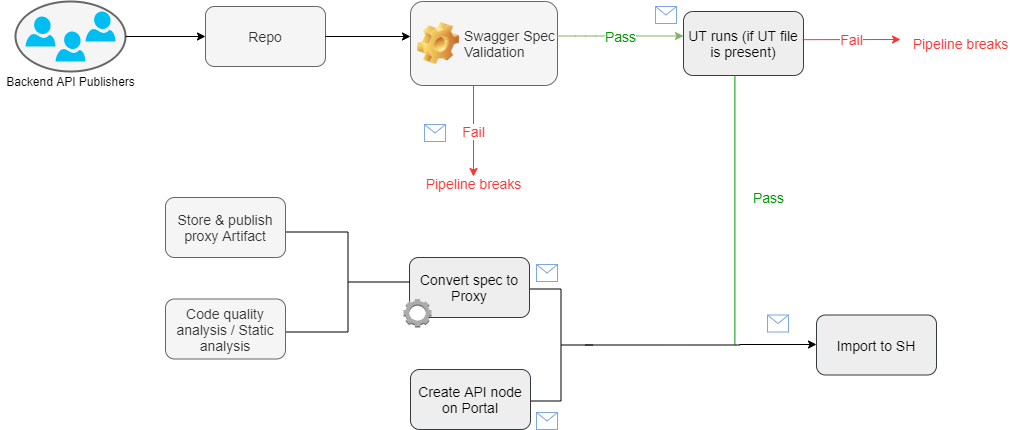
Earlier version of the draw.io export Untitled Diagram.png (joshhnaa/sample). Source tidied: cells renumbered, new cells last; positions are measured from the earlier drawing's top-left corner, leaving out a move shared by most shapes.
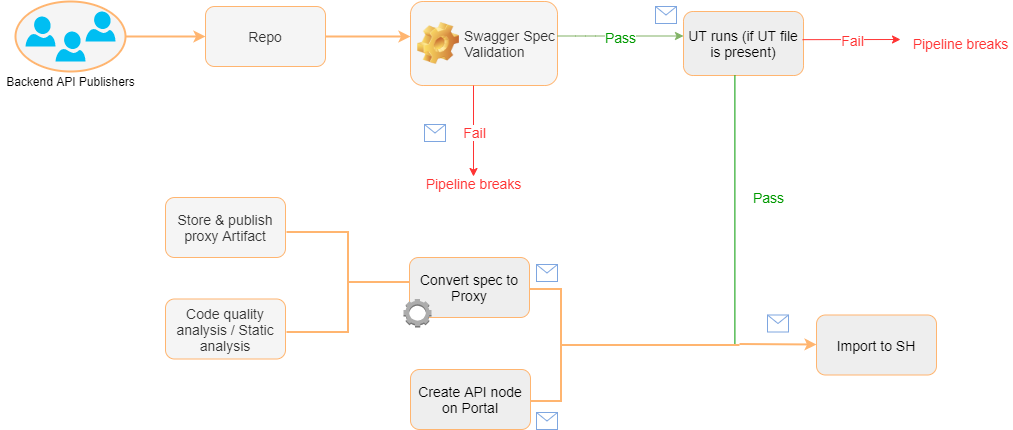
The same file after the commit.

Diff of the diagram source:
```diff
@@ -2,7 +2,7 @@
   <root>
     <mxCell id="0" />
     <mxCell id="1" parent="0" />
-    <mxCell id="2" value="&lt;span style=&quot;color: rgba(0 , 0 , 0 , 0) ; font-family: monospace ; font-size: 0px&quot;&gt;%3CmxGraphModel%3E%3Croot%3E%3CmxCell%20id%3D%220%22%2F%3E%3CmxCell%20id%3D%221%22%20parent%3D%220%22%2F%3E%3CmxCell%20id%3D%222%22%20value%3D%22%22%20style%3D%22verticalLabelPosition%3Dbottom%3Bhtml%3D1%3BverticalAlign%3Dtop%3Balign%3Dcenter%3BstrokeColor%3Dnone%3BfillColor%3D%2300BEF2%3Bshape%3Dmxgraph.azure.user%3B%22%20vertex%3D%221%22%20parent%3D%221%22%3E%3CmxGeometry%20x%3D%22150%22%20y%3D%22250%22%20width%3D%2230%22%20height%3D%2230%22%20as%3D%22geometry%22%2F%3E%3C%2FmxCell%3E%3C%2Froot%3E%3C%2FmxGraphModel%3E&lt;/span&gt;" style="strokeWidth=2;html=1;shape=mxgraph.flowchart.start_1;whiteSpace=wrap;fillColor=#f5f5f5;strokeColor=#666666;fontColor=#333333;" parent="1" vertex="1">
+    <mxCell id="2" value="&lt;span style=&quot;color: rgba(0 , 0 , 0 , 0) ; font-family: monospace ; font-size: 0px&quot;&gt;%3CmxGraphModel%3E%3Croot%3E%3CmxCell%20id%3D%220%22%2F%3E%3CmxCell%20id%3D%221%22%20parent%3D%220%22%2F%3E%3CmxCell%20id%3D%222%22%20value%3D%22%22%20style%3D%22verticalLabelPosition%3Dbottom%3Bhtml%3D1%3BverticalAlign%3Dtop%3Balign%3Dcenter%3BstrokeColor%3Dnone%3BfillColor%3D%2300BEF2%3Bshape%3Dmxgraph.azure.user%3B%22%20vertex%3D%221%22%20parent%3D%221%22%3E%3CmxGeometry%20x%3D%22150%22%20y%3D%22250%22%20width%3D%2230%22%20height%3D%2230%22%20as%3D%22geometry%22%2F%3E%3C%2FmxCell%3E%3C%2Froot%3E%3C%2FmxGraphModel%3E&lt;/span&gt;" style="strokeWidth=2;html=1;shape=mxgraph.flowchart.start_1;whiteSpace=wrap;fillColor=#f5f5f5;fontColor=#333333;strokeColor=#FFB570;" parent="1" vertex="1">
       <mxGeometry x="15" width="110" height="70" as="geometry" />
     </mxCell>
     <mxCell id="3" value="&lt;p style=&quot;margin-top: 0pt ; margin-bottom: 0pt ; margin-left: 0in ; text-align: left ; direction: ltr ; unicode-bidi: embed ; word-break: normal&quot;&gt;&lt;span style=&quot;font-size: 9pt&quot;&gt;Backend API Publishers&lt;/span&gt;&lt;/p&gt;" style="text;html=1;align=center;verticalAlign=middle;" parent="1" vertex="1">
@@ -17,20 +17,20 @@
     <mxCell id="6" style="verticalLabelPosition=bottom;html=1;verticalAlign=top;align=center;strokeColor=none;fillColor=#00BEF2;shape=mxgraph.azure.user;" parent="1" vertex="1">
       <mxGeometry x="85" y="10" width="30" height="30" as="geometry" />
     </mxCell>
-    <mxCell id="7" style="endArrow=classic;html=1;exitX=1;exitY=0.5;exitDx=0;exitDy=0;exitPerimeter=0;" parent="1" edge="1" source="2">
+    <mxCell id="7" style="endArrow=classic;html=1;exitX=1;exitY=0.5;exitDx=0;exitDy=0;exitPerimeter=0;fillColor=#ffcc99;strokeColor=#FFB570;strokeWidth=2;" parent="1" edge="1" source="2">
       <mxGeometry relative="1" as="geometry">
         <mxPoint x="205" y="35" as="targetPoint" />
       </mxGeometry>
     </mxCell>
-    <mxCell id="8" value="&lt;font style=&quot;font-size: 14px&quot;&gt;Repo&lt;/font&gt;" style="rounded=1;whiteSpace=wrap;html=1;fillColor=#f5f5f5;strokeColor=#666666;fontColor=#333333;" parent="1" vertex="1">
+    <mxCell id="8" value="&lt;font style=&quot;font-size: 14px&quot;&gt;Repo&lt;/font&gt;" style="rounded=1;whiteSpace=wrap;html=1;fillColor=#f5f5f5;fontColor=#333333;strokeColor=#FFB570;" parent="1" vertex="1">
       <mxGeometry x="205" y="5" width="120" height="60" as="geometry" />
     </mxCell>
-    <mxCell id="9" style="endArrow=classic;html=1;exitX=1;exitY=0.5;exitDx=0;exitDy=0;" parent="1" edge="1" source="8">
+    <mxCell id="9" style="endArrow=classic;html=1;exitX=1;exitY=0.5;exitDx=0;exitDy=0;strokeColor=#FFB570;strokeWidth=2;" parent="1" edge="1" source="8">
       <mxGeometry relative="1" as="geometry">
         <mxPoint x="410" y="35" as="targetPoint" />
       </mxGeometry>
     </mxCell>
-    <mxCell id="10" value="&lt;span style=&quot;font-weight: normal&quot;&gt;&lt;font style=&quot;font-size: 14px&quot;&gt;Swagger Spec Validation&lt;/font&gt;&lt;/span&gt;" style="label;whiteSpace=wrap;html=1;image=img/clipart/Gear_128x128.png;fillColor=#f5f5f5;strokeColor=#666666;fontColor=#333333;" parent="1" vertex="1">
+    <mxCell id="10" value="&lt;span style=&quot;font-weight: normal&quot;&gt;&lt;font style=&quot;font-size: 14px&quot;&gt;Swagger Spec Validation&lt;/font&gt;&lt;/span&gt;" style="label;whiteSpace=wrap;html=1;image=img/clipart/Gear_128x128.png;fillColor=#f5f5f5;fontColor=#333333;strokeColor=#FFB570;" parent="1" vertex="1">
       <mxGeometry x="410" width="147" height="84" as="geometry" />
     </mxCell>
     <mxCell id="11" style="endArrow=classic;html=1;strokeColor=#82b366;exitX=1;exitY=0.381;exitDx=0;exitDy=0;exitPerimeter=0;fillColor=#d5e8d4;gradientColor=#97d077;" parent="1" edge="1">
@@ -62,10 +62,10 @@
     <mxCell id="16" style="shape=message;html=1;strokeColor=#7EA6E0;" parent="1" vertex="1">
       <mxGeometry x="424" y="123" width="21" height="17" as="geometry" />
     </mxCell>
-    <mxCell id="17" value="&lt;font color=&quot;#000000&quot;&gt;UT runs (if UT file is present)&lt;/font&gt;" style="rounded=1;whiteSpace=wrap;html=1;fillColor=#eeeeee;fontSize=14;strokeColor=#36393d;" parent="1" vertex="1">
+    <mxCell id="17" value="&lt;font color=&quot;#000000&quot;&gt;UT runs (if UT file is present)&lt;/font&gt;" style="rounded=1;whiteSpace=wrap;html=1;fillColor=#eeeeee;fontSize=14;strokeColor=#FFB570;" parent="1" vertex="1">
       <mxGeometry x="683" y="10" width="120" height="64" as="geometry" />
     </mxCell>
-    <mxCell id="18" style="strokeWidth=1;html=1;shape=mxgraph.flowchart.annotation_2;align=left;labelPosition=right;fillColor=#FFFFFF;fontSize=14;fontColor=#FF3333;rotation=-180;" parent="1" vertex="1">
+    <mxCell id="18" style="strokeWidth=2;html=1;shape=mxgraph.flowchart.annotation_2;align=left;labelPosition=right;fillColor=#FFFFFF;fontSize=14;fontColor=#FF3333;rotation=-180;strokeColor=#FFB570;" parent="1" vertex="1">
       <mxGeometry x="529" y="287.5" width="63" height="112" as="geometry" />
     </mxCell>
     <mxCell id="19" style="endArrow=none;html=1;fontSize=14;fontColor=#FF3333;strokeColor=#009900;" parent="1" edge="1" source="21" target="17">
@@ -77,24 +77,24 @@
         <mxPoint x="711" y="361" as="targetPoint" />
       </mxGeometry>
     </mxCell>
-    <mxCell id="21" style="line;strokeWidth=1;html=1;perimeter=backbonePerimeter;points=[];outlineConnect=0;fillColor=#FFFFFF;fontSize=14;fontColor=#FF3333;" parent="1" vertex="1">
+    <mxCell id="21" style="line;strokeWidth=2;html=1;perimeter=backbonePerimeter;points=[];outlineConnect=0;fillColor=#FFFFFF;fontSize=14;fontColor=#FF3333;strokeColor=#FFB570;" parent="1" vertex="1">
       <mxGeometry x="585" y="340" width="154" height="7" as="geometry" />
     </mxCell>
-    <mxCell id="22" value="&lt;font color=&quot;#000000&quot;&gt;Convert spec to Proxy&lt;/font&gt;" style="rounded=1;whiteSpace=wrap;html=1;strokeColor=#36393d;strokeWidth=1;fillColor=#eeeeee;fontSize=14;" parent="1" vertex="1">
+    <mxCell id="22" value="&lt;font color=&quot;#000000&quot;&gt;Convert spec to Proxy&lt;/font&gt;" style="rounded=1;whiteSpace=wrap;html=1;strokeWidth=1;fillColor=#eeeeee;fontSize=14;strokeColor=#FFB570;" parent="1" vertex="1">
       <mxGeometry x="409" y="256" width="120" height="60" as="geometry" />
     </mxCell>
-    <mxCell id="23" value="&lt;font color=&quot;#000000&quot;&gt;Create API node on Portal&lt;/font&gt;" style="rounded=1;whiteSpace=wrap;html=1;strokeColor=#36393d;strokeWidth=1;fillColor=#eeeeee;fontSize=14;" parent="1" vertex="1">
+    <mxCell id="23" value="&lt;font color=&quot;#000000&quot;&gt;Create API node on Portal&lt;/font&gt;" style="rounded=1;whiteSpace=wrap;html=1;strokeWidth=1;fillColor=#eeeeee;fontSize=14;strokeColor=#FFB570;" parent="1" vertex="1">
       <mxGeometry x="410" y="368" width="120" height="60" as="geometry" />
     </mxCell>
     <mxCell id="24" value="Pipeline breaks" style="text;html=1;align=center;verticalAlign=middle;fontSize=14;fontColor=#FF3333;" parent="1" vertex="1">
       <mxGeometry x="420" y="168" width="105" height="28" as="geometry" />
     </mxCell>
-    <mxCell id="25" style="endArrow=classic;html=1;strokeColor=#000000;fontSize=14;fontColor=#FF3333;" parent="1" edge="1" source="21">
+    <mxCell id="25" style="endArrow=classic;html=1;fontSize=14;fontColor=#FF3333;strokeColor=#FFB570;strokeWidth=2;" parent="1" edge="1" source="21">
       <mxGeometry relative="1" as="geometry">
         <mxPoint x="816" y="343" as="targetPoint" />
       </mxGeometry>
     </mxCell>
-    <mxCell id="26" value="&lt;font color=&quot;#000000&quot;&gt;Import to SH&lt;/font&gt;" style="rounded=1;whiteSpace=wrap;html=1;strokeColor=#36393d;strokeWidth=1;fillColor=#eeeeee;fontSize=14;" parent="1" vertex="1">
+    <mxCell id="26" value="&lt;font color=&quot;#000000&quot;&gt;Import to SH&lt;/font&gt;" style="rounded=1;whiteSpace=wrap;html=1;strokeWidth=1;fillColor=#eeeeee;fontSize=14;strokeColor=#FFB570;" parent="1" vertex="1">
       <mxGeometry x="816" y="313.5" width="120" height="60" as="geometry" />
     </mxCell>
     <mxCell id="27" style="shape=message;html=1;strokeColor=#7EA6E0;" parent="1" vertex="1">
@@ -123,13 +123,13 @@
     <mxCell id="34" style="dashed=0;verticalLabelPosition=bottom;verticalAlign=top;align=center;html=1;shape=mxgraph.aws3.human_intelligence_tasks_hit;fillColor=#ACACAC;gradientColor=none;strokeColor=#000000;strokeWidth=11;fontSize=14;fontColor=#009900;" parent="1" vertex="1">
       <mxGeometry x="403" y="297.5" width="28" height="28.5" as="geometry" />
     </mxCell>
-    <mxCell id="35" style="strokeWidth=1;html=1;shape=mxgraph.flowchart.annotation_2;align=left;labelPosition=right;fillColor=#FFFFFF;fontSize=13;fontColor=#009900;rotation=-180;" parent="1" vertex="1">
+    <mxCell id="35" style="strokeWidth=2;html=1;shape=mxgraph.flowchart.annotation_2;align=left;labelPosition=right;fillColor=#FFFFFF;fontSize=13;fontColor=#009900;rotation=-180;strokeColor=#FFB570;" parent="1" vertex="1">
       <mxGeometry x="286" y="230.5" width="123" height="100" as="geometry" />
     </mxCell>
-    <mxCell id="36" value="&lt;font style=&quot;font-size: 14px&quot;&gt;Store &amp;amp; publish proxy Artifact&lt;/font&gt;" style="rounded=1;whiteSpace=wrap;html=1;fillColor=#f5f5f5;strokeColor=#666666;fontColor=#333333;" parent="1" vertex="1">
+    <mxCell id="36" value="&lt;font style=&quot;font-size: 14px&quot;&gt;Store &amp;amp; publish proxy Artifact&lt;/font&gt;" style="rounded=1;whiteSpace=wrap;html=1;fillColor=#f5f5f5;fontColor=#333333;strokeColor=#FFB570;" parent="1" vertex="1">
       <mxGeometry x="165" y="196" width="120" height="60" as="geometry" />
     </mxCell>
-    <mxCell id="37" value="&lt;font style=&quot;font-size: 14px&quot;&gt;Code quality analysis / Static analysis&lt;/font&gt;" style="rounded=1;whiteSpace=wrap;html=1;fillColor=#f5f5f5;strokeColor=#666666;fontColor=#333333;" parent="1" vertex="1">
+    <mxCell id="37" value="&lt;font style=&quot;font-size: 14px&quot;&gt;Code quality analysis / Static analysis&lt;/font&gt;" style="rounded=1;whiteSpace=wrap;html=1;fillColor=#f5f5f5;fontColor=#333333;strokeColor=#FFB570;" parent="1" vertex="1">
       <mxGeometry x="165" y="297.5" width="120" height="60" as="geometry" />
     </mxCell>
   </root>
```
